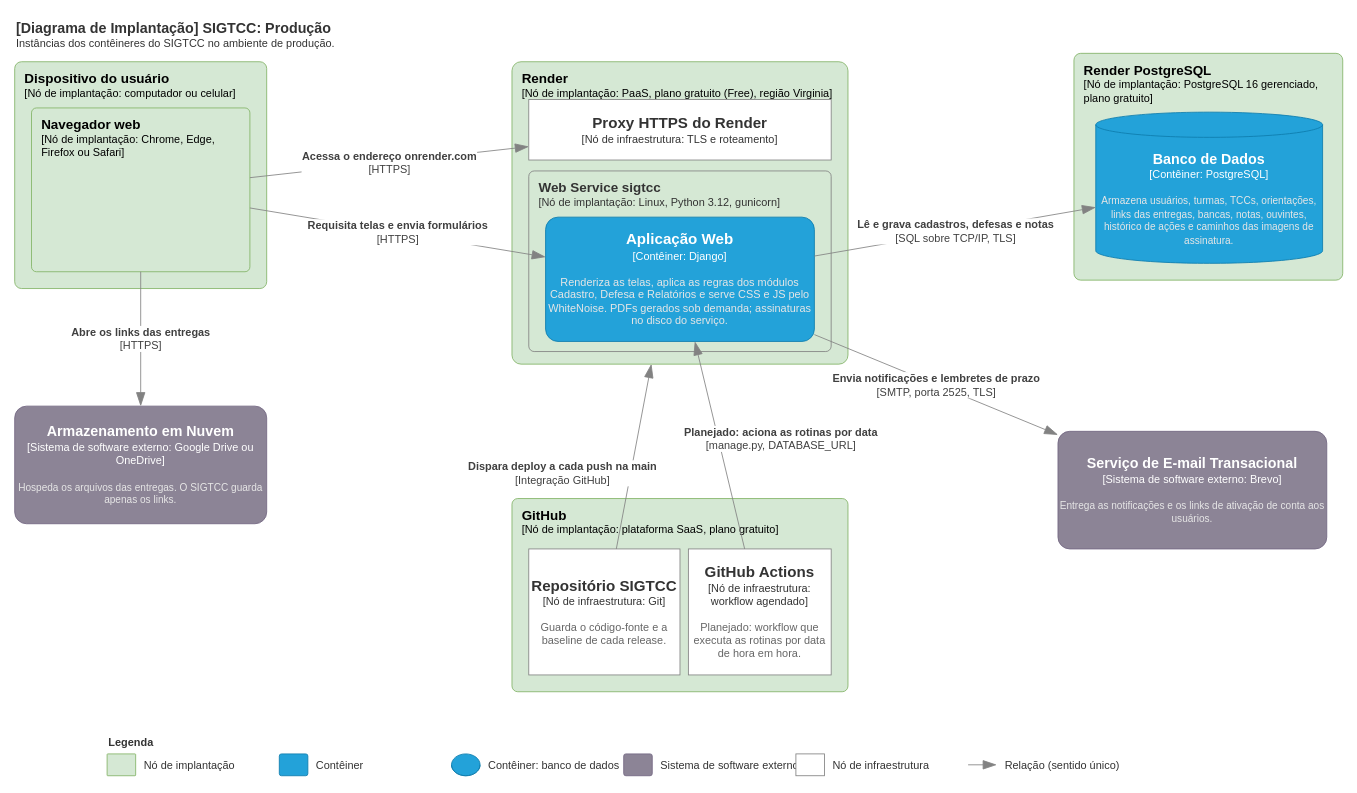
The draw.io diagram page "Produção" (1 of 2) of docs/arquitetura/Implantacao_SIGTCC.drawio in celiobenj/SIGTCC, before the edit. Source tidied: cells renumbered, new cells numbered last; positions are measured from the earlier drawing's top-left corner, leaving out a move shared by most shapes. Both pictures are drawn from the tidied source at 84%, with x=0, y=0 at pixel (14, 14).
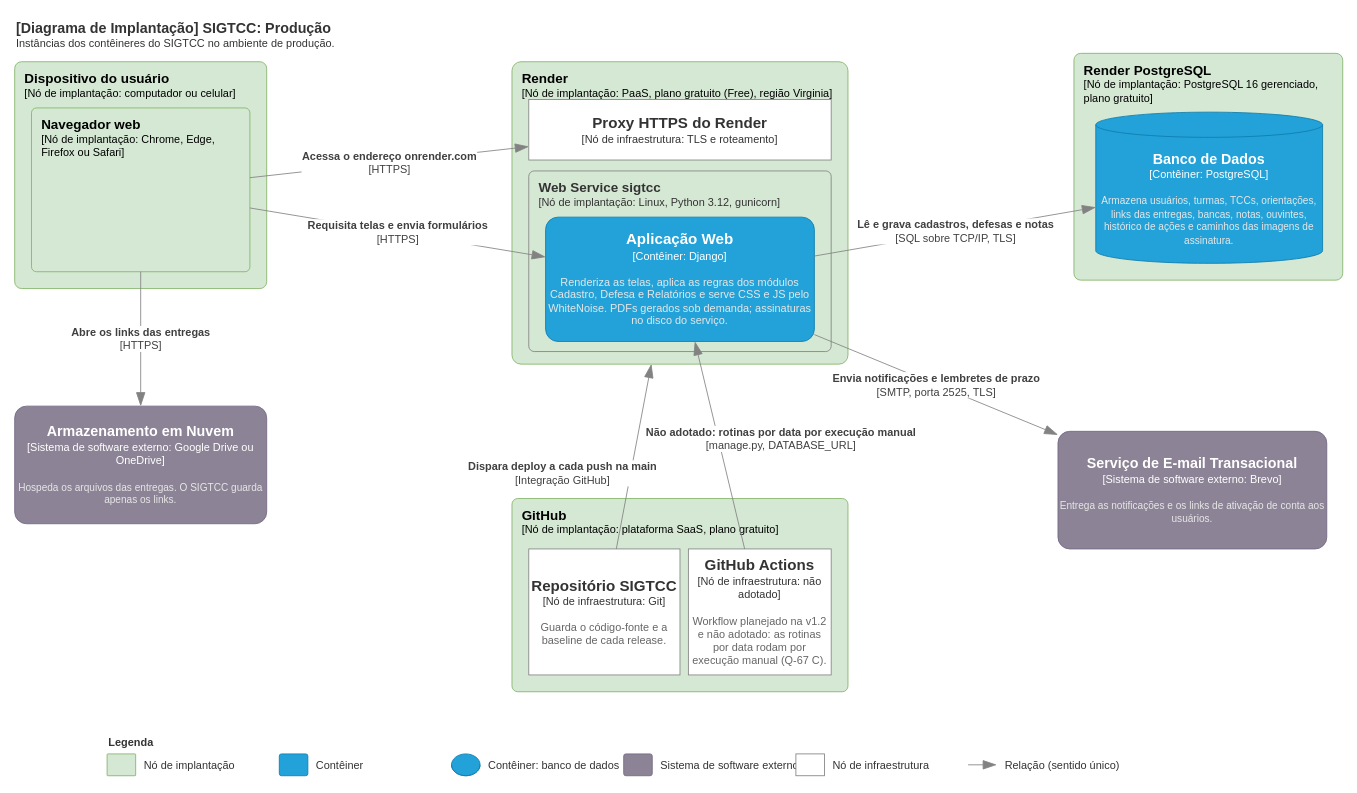
Above is the later version.

The change refers to these unchanged cells:
```xml
<mxCell id="8" value="&lt;font style=&quot;font-size: 18px;&quot;&gt;&lt;b&gt;Aplicação Web&lt;/b&gt;&lt;/font&gt;&lt;div&gt;[Contêiner: Django]&lt;/div&gt;&lt;br&gt;&lt;div&gt;&lt;font style=&quot;font-size: 13px;&quot; color=&quot;#E6E6E6&quot;&gt;Renderiza as telas, aplica as regras dos módulos Cadastro, Defesa e Relatórios e serve CSS e JS pelo WhiteNoise. PDFs gerados sob demanda; assinaturas no disco do serviço.&lt;/font&gt;&lt;/div&gt;" style="rounded=1;whiteSpace=wrap;html=1;fontSize=13;labelBackgroundColor=none;fillColor=#23A2D9;fontColor=#ffffff;align=center;arcSize=10;strokeColor=#0E7DAD;" parent="7" vertex="1">
  <mxGeometry x="20" y="55" width="320" height="148" as="geometry" />
</mxCell>
<mxCell id="11" value="&lt;font style=&quot;font-size: 16px;&quot;&gt;&lt;b&gt;GitHub&lt;/b&gt;&lt;/font&gt;&lt;div&gt;[Nó de implantação: plataforma SaaS, plano gratuito]&lt;/div&gt;" style="rounded=1;arcSize=3;whiteSpace=wrap;html=1;fillColor=#d5e8d4;strokeColor=#82b366;strokeWidth=1;fontSize=13;align=left;verticalAlign=top;spacingLeft=10;spacingTop=4;labelBackgroundColor=none;" parent="1" vertex="1">
  <mxGeometry x="592" y="576" width="400" height="230" as="geometry" />
</mxCell>
```

What changed in the source:
```diff
@@
-    <mxCell id="13" value="&lt;font style=&quot;font-size: 18px;&quot;&gt;&lt;b&gt;GitHub Actions&lt;/b&gt;&lt;/font&gt;&lt;div&gt;[Nó de infraestrutura: workflow agendado]&lt;/div&gt;&lt;br&gt;&lt;div&gt;&lt;font style=&quot;font-size: 13px;&quot; color=&quot;#666666&quot;&gt;Planejado: workflow que executa as rotinas por data de hora em hora.&lt;/font&gt;&lt;/div&gt;" style="rounded=0;whiteSpace=wrap;html=1;fillColor=#FFFFFF;strokeColor=#828282;strokeWidth=1;fontColor=#333333;fontSize=13;align=center;labelBackgroundColor=none;" parent="11" vertex="1">
+    <mxCell id="13" value="&lt;font style=&quot;font-size: 18px;&quot;&gt;&lt;b&gt;GitHub Actions&lt;/b&gt;&lt;/font&gt;&lt;div&gt;[Nó de infraestrutura: não adotado]&lt;/div&gt;&lt;br&gt;&lt;div&gt;&lt;font style=&quot;font-size: 13px;&quot; color=&quot;#666666&quot;&gt;Workflow planejado na v1.2 e não adotado: as rotinas por data rodam por execução manual (Q-67 C).&lt;/font&gt;&lt;/div&gt;" style="rounded=0;whiteSpace=wrap;html=1;fillColor=#FFFFFF;strokeColor=#828282;strokeWidth=1;fontColor=#333333;fontSize=13;align=center;labelBackgroundColor=none;" parent="11" vertex="1">
       <mxGeometry x="210" y="60" width="170" height="150" as="geometry" />
     </mxCell>
@@
-    <mxCell id="20" value="&lt;div style=&quot;text-align:center&quot;&gt;&lt;b&gt;Planejado: aciona as rotinas por data&lt;/b&gt;&lt;/div&gt;&lt;div style=&quot;text-align:center&quot;&gt;[manage.py, DATABASE_URL]&lt;/div&gt;" style="endArrow=blockThin;html=1;fontSize=13;fontColor=#404040;strokeWidth=1;endFill=1;strokeColor=#828282;endSize=14;startSize=14;rounded=0;edgeStyle=none;labelBackgroundColor=#FFFFFF;" parent="1" edge="1" source="13" target="8">
+    <mxCell id="20" value="&lt;div style=&quot;text-align:center&quot;&gt;&lt;b&gt;Não adotado: rotinas por data por execução manual&lt;/b&gt;&lt;/div&gt;&lt;div style=&quot;text-align:center&quot;&gt;[manage.py, DATABASE_URL]&lt;/div&gt;" style="endArrow=blockThin;html=1;fontSize=13;fontColor=#404040;strokeWidth=1;endFill=1;strokeColor=#828282;endSize=14;startSize=14;rounded=0;edgeStyle=none;labelBackgroundColor=#FFFFFF;" parent="1" edge="1" source="13" target="8">
       <mxGeometry x="-0.08" y="-72" relative="1" as="geometry" />
     </mxCell>
```
